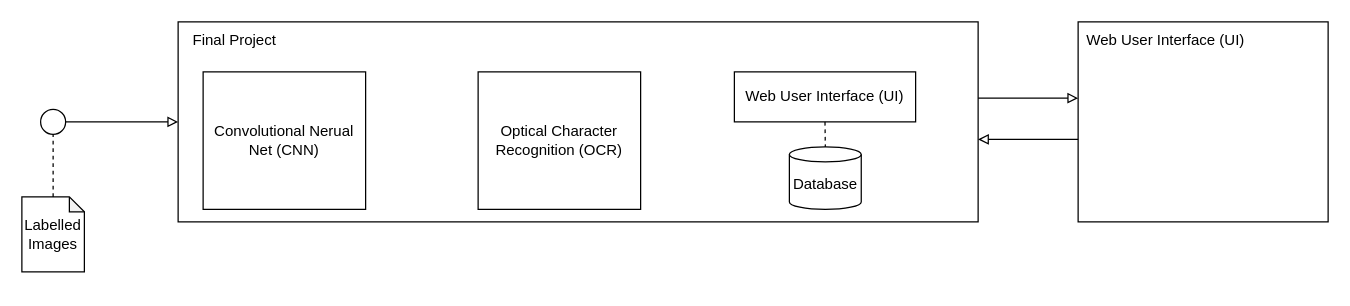
The draw.io diagram page "Logical" (2 of 2) of docs/architecture_0.drawio in leonardosor/siads-699, before the edit. Source tidied: cells renumbered, new cells numbered last; positions are measured from the earlier drawing's top-left corner, leaving out a move shared by most shapes. Both pictures are drawn from the tidied source at 125%, with x=0, y=0 at pixel (21, 21).
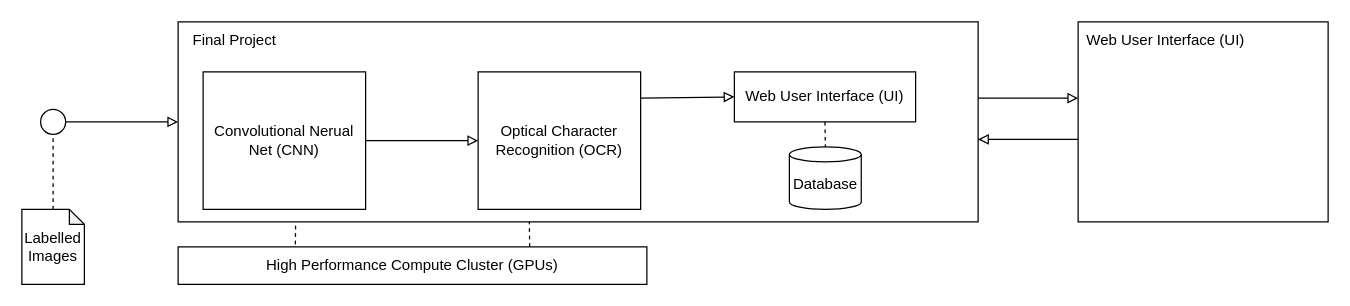
After the change.

The change refers to these unchanged cells:
```xml
<mxCell id="6" style="rounded=0;whiteSpace=wrap;html=1;" parent="1" vertex="1">
  <mxGeometry x="125" width="640" height="160" as="geometry" />
</mxCell>
```

Change to the diagram source:
```diff
@@
     <mxCell id="4" value="Labelled Images" style="shape=note;whiteSpace=wrap;html=1;backgroundOutline=1;darkOpacity=0.05;size=12;" parent="1" vertex="1">
-      <mxGeometry y="140" width="50" height="60" as="geometry" />
+      <mxGeometry y="150" width="50" height="60" as="geometry" />
     </mxCell>
@@
+    <mxCell id="17" value="&lt;span style=&quot;color: rgb(0, 0, 0);&quot;&gt;High Performance Compute Cluster (GPUs)&lt;/span&gt;" style="rounded=0;whiteSpace=wrap;html=1;" parent="1" vertex="1">
+      <mxGeometry x="125" y="180" width="375" height="30" as="geometry" />
+    </mxCell>
+    <mxCell id="18" style="endArrow=none;dashed=1;html=1;exitX=0.75;exitY=0;exitDx=0;exitDy=0;entryX=0.439;entryY=1;entryDx=0;entryDy=0;entryPerimeter=0;" parent="1" edge="1" source="17" target="6">
+      <mxGeometry relative="1" as="geometry" />
+    </mxCell>
+    <mxCell id="19" style="endArrow=none;dashed=1;html=1;exitX=0.25;exitY=0;exitDx=0;exitDy=0;" parent="1" edge="1">
+      <mxGeometry relative="1" as="geometry">
+        <mxPoint x="218.8" y="178" as="sourcePoint" />
+        <mxPoint x="219" y="160" as="targetPoint" />
+      </mxGeometry>
+    </mxCell>
+    <mxCell id="20" style="edgeStyle=none;html=1;endArrow=block;endFill=0;" parent="1" edge="1">
+      <mxGeometry relative="1" as="geometry">
+        <mxPoint x="275" y="95" as="sourcePoint" />
+        <mxPoint x="365" y="95" as="targetPoint" />
+      </mxGeometry>
+    </mxCell>
+    <mxCell id="21" style="edgeStyle=none;html=1;exitX=1.001;exitY=0.188;exitDx=0;exitDy=0;exitPerimeter=0;endArrow=block;endFill=0;" parent="1" edge="1">
+      <mxGeometry relative="1" as="geometry">
+        <mxPoint x="495" y="61" as="sourcePoint" />
+        <mxPoint x="570" y="60" as="targetPoint" />
+      </mxGeometry>
+    </mxCell>
```
